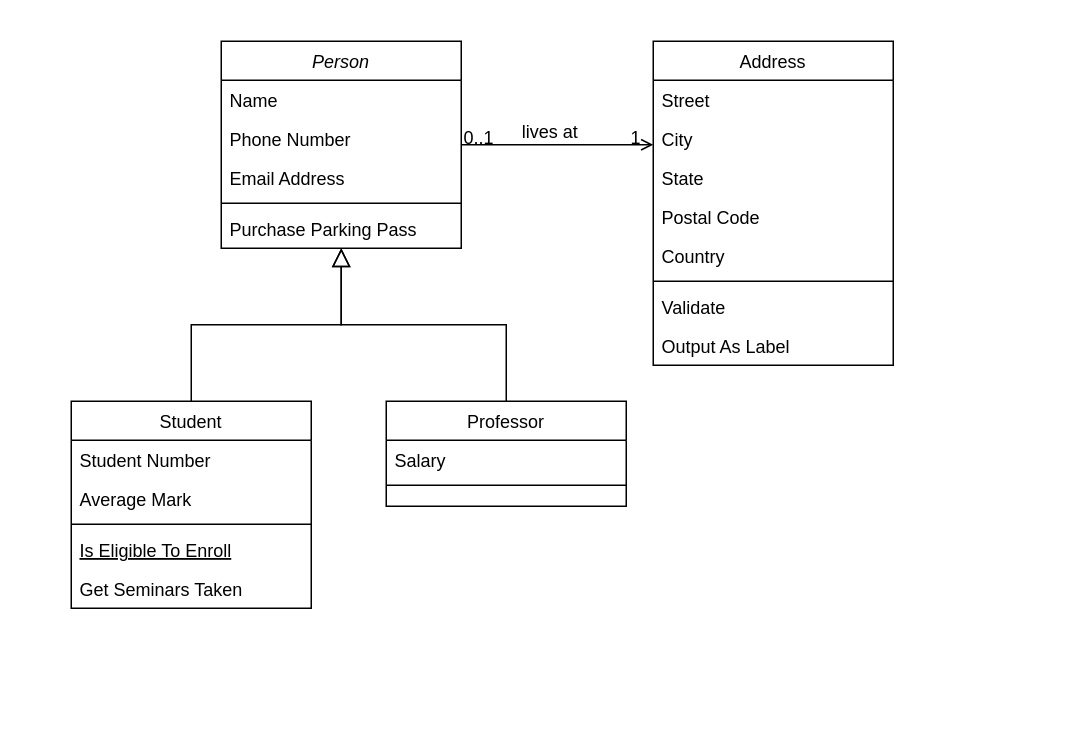
Before: Biểu đồ không có tiêu đề.drawio in LeeTaDa/LeTatDat, a draw.io diagram. Source tidied: cells renumbered, new cells numbered last; positions are measured from the earlier drawing's top-left corner, leaving out a move shared by most shapes. Both pictures are drawn from the tidied source at 150%, with x=0, y=0 at pixel (70, 40).
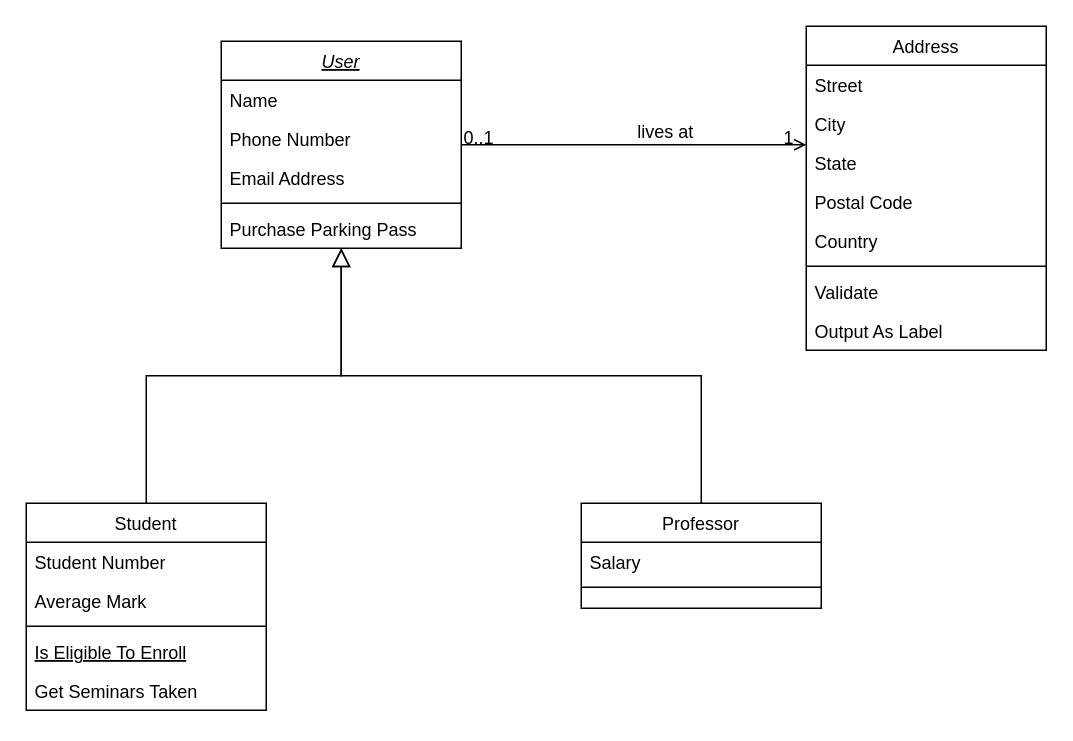
The same diagram, later.

Commit message:
BAN RAU

Diff of the diagram source:
```diff
@@
-    <mxCell id="2" value="Person" style="swimlane;fontStyle=2;align=center;verticalAlign=top;horizontal=1;startSize=26;rounded=0;shadow=0;strokeWidth=1;" parent="1" vertex="1">
+    <mxCell id="2" value="User&#10;" style="swimlane;fontStyle=6;align=center;verticalAlign=top;horizontal=1;startSize=26;rounded=0;shadow=0;strokeWidth=1;" parent="1" vertex="1">
       <mxGeometry x="100" width="160" height="138" as="geometry" />
     </mxCell>
@@
     <mxCell id="8" value="Student" style="swimlane;fontStyle=0;align=center;verticalAlign=top;horizontal=1;startSize=26;rounded=0;shadow=0;strokeWidth=1;" parent="1" vertex="1">
-      <mxGeometry y="240" width="160" height="138" as="geometry" />
+      <mxGeometry x="-30" y="308" width="160" height="138" as="geometry" />
     </mxCell>
@@
     <mxCell id="15" value="Professor" style="swimlane;fontStyle=0;align=center;verticalAlign=top;horizontal=1;startSize=26;rounded=0;shadow=0;strokeWidth=1;" parent="1" vertex="1">
-      <mxGeometry x="210" y="240" width="160" height="70" as="geometry" />
+      <mxGeometry x="340" y="308" width="160" height="70" as="geometry" />
     </mxCell>
@@
     <mxCell id="19" value="Address" style="swimlane;fontStyle=0;align=center;verticalAlign=top;horizontal=1;startSize=26;rounded=0;shadow=0;strokeWidth=1;" parent="1" vertex="1">
-      <mxGeometry x="388" width="160" height="216" as="geometry" />
+      <mxGeometry x="490" y="-10" width="160" height="216" as="geometry" />
     </mxCell>
```
